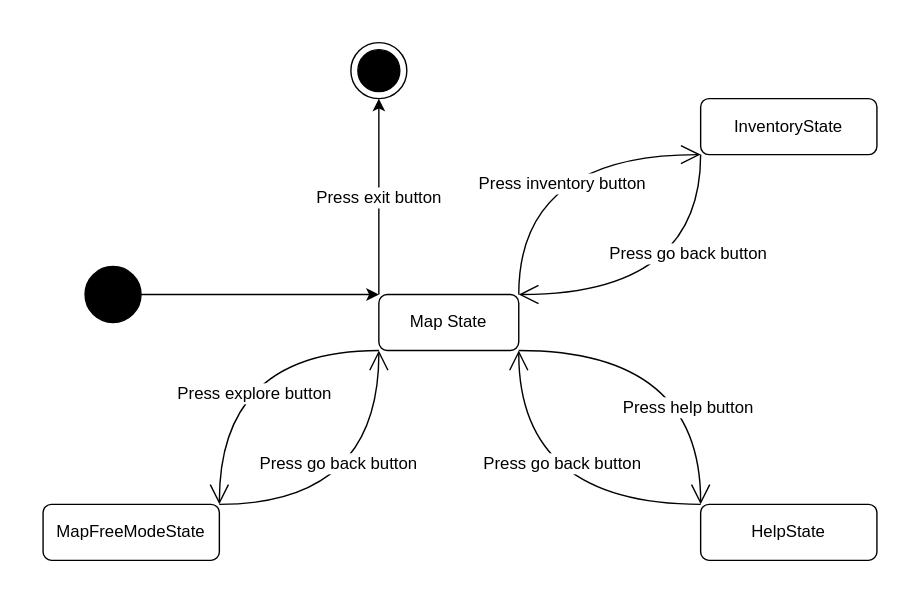
This is images/state_diagram.svg from KaperD/HSE-SD-Course-Roguelike, a draw.io export, as it was before one commit. Source tidied: cells renumbered, new cells last; positions are measured from the earlier drawing's top-left corner, leaving out a move shared by most shapes.
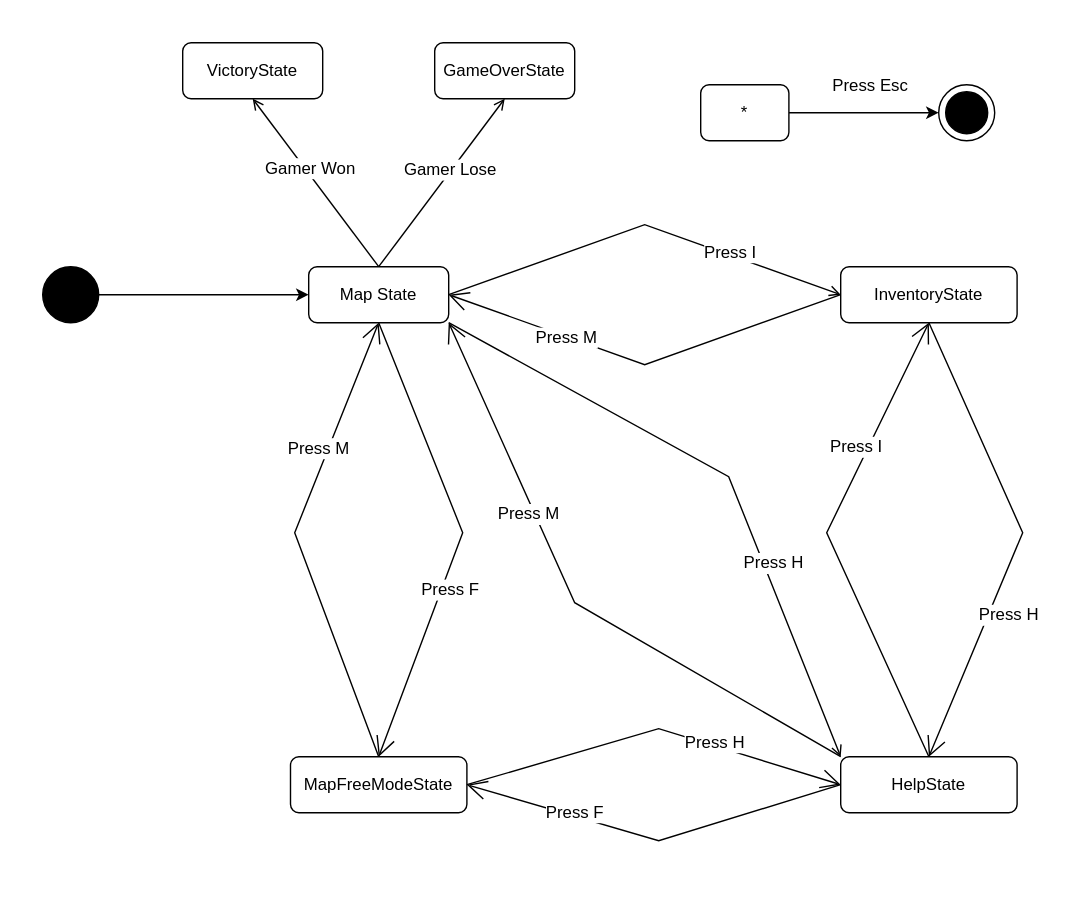
Above is the later version.

The edit, as a diff of the source:
```diff
@@ -3,103 +3,178 @@
     <mxCell id="0" />
     <mxCell id="1" parent="0" />
     <mxCell id="2" value="Map State" style="shape=rect;rounded=1;html=1;whiteSpace=wrap;align=center;fontColor=#000000;fillColor=#ffffff;strokeColor=#000000;" parent="1" vertex="1">
-      <mxGeometry x="240" y="180" width="100" height="40" as="geometry" />
+      <mxGeometry x="150" y="90" width="100" height="40" as="geometry" />
     </mxCell>
     <mxCell id="3" value="MapFreeModeState" style="shape=rect;rounded=1;html=1;whiteSpace=wrap;align=center;fontColor=#000000;fillColor=#ffffff;strokeColor=#000000;" parent="1" vertex="1">
-      <mxGeometry y="330" width="126" height="40" as="geometry" />
+      <mxGeometry x="137" y="440" width="126" height="40" as="geometry" />
     </mxCell>
     <mxCell id="4" value="InventoryState" style="shape=rect;rounded=1;html=1;whiteSpace=wrap;align=center;fontColor=#000000;fillColor=#ffffff;strokeColor=#000000;" parent="1" vertex="1">
-      <mxGeometry x="470" y="40" width="126" height="40" as="geometry" />
+      <mxGeometry x="530" y="90" width="126" height="40" as="geometry" />
     </mxCell>
     <mxCell id="5" value="HelpState" style="shape=rect;rounded=1;html=1;whiteSpace=wrap;align=center;fontColor=#000000;fillColor=#ffffff;strokeColor=#000000;" parent="1" vertex="1">
-      <mxGeometry x="470" y="330" width="126" height="40" as="geometry" />
+      <mxGeometry x="530" y="440" width="126" height="40" as="geometry" />
     </mxCell>
-    <mxCell id="6" style="endArrow=classic;html=1;rounded=0;exitX=1;exitY=0.5;exitDx=0;exitDy=0;entryX=0;entryY=0;entryDx=0;entryDy=0;" parent="1" edge="1" source="20" target="2">
+    <mxCell id="6" style="endArrow=classic;html=1;rounded=0;exitX=1;exitY=0.5;exitDx=0;exitDy=0;entryX=0;entryY=0.5;entryDx=0;entryDy=0;" parent="1" edge="1" source="20" target="2">
       <mxGeometry relative="1" as="geometry" />
     </mxCell>
-    <mxCell id="7" style="html=1;elbow=horizontal;align=right;verticalAlign=bottom;rounded=0;labelBackgroundColor=none;endArrow=open;endSize=12;fontColor=#000000;strokeColor=#000000;entryX=1;entryY=0;entryDx=0;entryDy=0;exitX=0;exitY=1;exitDx=0;exitDy=0;edgeStyle=orthogonalEdgeStyle;curved=1;" parent="1" edge="1" source="2" target="3">
+    <mxCell id="7" style="html=1;elbow=horizontal;align=right;verticalAlign=bottom;rounded=0;labelBackgroundColor=none;endArrow=open;endSize=12;fontColor=#000000;strokeColor=#000000;entryX=0.5;entryY=0;entryDx=0;entryDy=0;exitX=0.5;exitY=1;exitDx=0;exitDy=0;" parent="1" edge="1" source="2" target="3">
       <mxGeometry relative="1" as="geometry">
         <Array as="points">
-          <mxPoint x="126" y="220" />
+          <mxPoint x="260" y="280" />
         </Array>
       </mxGeometry>
     </mxCell>
-    <mxCell id="8" value="Press explore button" style="text;html=1;align=center;verticalAlign=middle;labelBackgroundColor=#ffffff;fontColor=#000000;" parent="7" vertex="1">
+    <mxCell id="8" value="Press F" style="text;html=1;align=center;verticalAlign=middle;labelBackgroundColor=#ffffff;fontColor=#000000;" parent="7" vertex="1">
       <mxGeometry y="-9" relative="1" as="geometry">
-        <mxPoint x="22" y="39" as="offset" />
+        <mxPoint y="39" as="offset" />
       </mxGeometry>
     </mxCell>
-    <mxCell id="9" style="html=1;elbow=horizontal;align=right;verticalAlign=bottom;rounded=0;labelBackgroundColor=none;endArrow=open;endSize=12;exitX=1;exitY=1;fontColor=#000000;strokeColor=#000000;exitDx=0;exitDy=0;entryX=0;entryY=0;entryDx=0;entryDy=0;edgeStyle=orthogonalEdgeStyle;curved=1;" parent="1" edge="1" source="2" target="5">
+    <mxCell id="9" style="html=1;align=right;verticalAlign=bottom;rounded=0;labelBackgroundColor=none;endArrow=open;exitX=1;exitY=1;fontColor=#000000;strokeColor=#000000;exitDx=0;exitDy=0;entryX=0;entryY=0;entryDx=0;entryDy=0;" parent="1" edge="1" source="2" target="5">
       <mxGeometry relative="1" as="geometry">
         <Array as="points">
-          <mxPoint x="470" y="220" />
+          <mxPoint x="450" y="240" />
         </Array>
       </mxGeometry>
     </mxCell>
-    <mxCell id="10" value="Press help button" style="text;html=1;align=center;verticalAlign=middle;labelBackgroundColor=#ffffff;fontColor=#000000;" parent="9" vertex="1">
+    <mxCell id="10" value="Press H" style="text;html=1;align=center;verticalAlign=middle;labelBackgroundColor=#ffffff;fontColor=#000000;" parent="9" vertex="1">
       <mxGeometry y="-9" relative="1" as="geometry">
-        <mxPoint y="31" as="offset" />
+        <mxPoint x="41" y="57" as="offset" />
       </mxGeometry>
     </mxCell>
-    <mxCell id="11" style="html=1;elbow=horizontal;align=right;verticalAlign=bottom;rounded=0;labelBackgroundColor=none;endArrow=open;endSize=12;exitX=1;exitY=0;fontColor=#000000;strokeColor=#000000;exitDx=0;exitDy=0;entryX=0;entryY=1;entryDx=0;entryDy=0;edgeStyle=orthogonalEdgeStyle;curved=1;" parent="1" edge="1" source="2" target="4">
+    <mxCell id="11" style="html=1;elbow=horizontal;align=right;verticalAlign=bottom;rounded=0;labelBackgroundColor=none;endArrow=open;exitX=1;exitY=0.5;fontColor=#000000;strokeColor=#000000;exitDx=0;exitDy=0;entryX=0;entryY=0.5;entryDx=0;entryDy=0;" parent="1" edge="1" source="2" target="4">
       <mxGeometry relative="1" as="geometry">
         <Array as="points">
-          <mxPoint x="340" y="80" />
+          <mxPoint x="390" y="60" />
         </Array>
       </mxGeometry>
     </mxCell>
-    <mxCell id="12" value="Press inventory button" style="text;html=1;align=center;verticalAlign=middle;labelBackgroundColor=#ffffff;fontColor=#000000;" parent="11" vertex="1">
+    <mxCell id="12" value="Press I" style="text;html=1;align=center;verticalAlign=middle;labelBackgroundColor=#ffffff;fontColor=#000000;" parent="11" vertex="1">
       <mxGeometry y="-9" relative="1" as="geometry">
-        <mxPoint x="15" y="11" as="offset" />
+        <mxPoint x="63" y="11" as="offset" />
       </mxGeometry>
     </mxCell>
-    <mxCell id="13" style="html=1;elbow=horizontal;align=right;verticalAlign=bottom;rounded=0;labelBackgroundColor=none;endArrow=open;endSize=12;fontColor=#000000;strokeColor=#000000;entryX=1;entryY=0;entryDx=0;entryDy=0;exitX=0;exitY=1;exitDx=0;exitDy=0;edgeStyle=orthogonalEdgeStyle;curved=1;" parent="1" edge="1" source="4" target="2">
+    <mxCell id="13" style="html=1;elbow=horizontal;align=right;verticalAlign=bottom;rounded=0;labelBackgroundColor=none;endArrow=open;endSize=12;fontColor=#000000;strokeColor=#000000;entryX=1;entryY=0.5;entryDx=0;entryDy=0;exitX=0;exitY=0.5;exitDx=0;exitDy=0;" parent="1" edge="1" source="4" target="2">
       <mxGeometry relative="1" as="geometry">
         <Array as="points">
-          <mxPoint x="470" y="180" />
+          <mxPoint x="390" y="160" />
         </Array>
       </mxGeometry>
     </mxCell>
-    <mxCell id="14" value="Press go back button" style="text;html=1;align=center;verticalAlign=middle;labelBackgroundColor=#ffffff;fontColor=#000000;" parent="13" vertex="1">
+    <mxCell id="14" value="Press M" style="text;html=1;align=center;verticalAlign=middle;labelBackgroundColor=#ffffff;fontColor=#000000;" parent="13" vertex="1">
       <mxGeometry y="-9" relative="1" as="geometry">
-        <mxPoint x="5" y="-21" as="offset" />
+        <mxPoint x="-59" y="-11" as="offset" />
       </mxGeometry>
     </mxCell>
-    <mxCell id="15" style="html=1;elbow=horizontal;align=right;verticalAlign=bottom;rounded=0;labelBackgroundColor=none;endArrow=open;endSize=12;exitX=0;exitY=0;fontColor=#000000;strokeColor=#000000;exitDx=0;exitDy=0;entryX=1;entryY=1;entryDx=0;entryDy=0;edgeStyle=orthogonalEdgeStyle;curved=1;" parent="1" edge="1" source="5" target="2">
+    <mxCell id="15" style="html=1;elbow=vertical;align=right;verticalAlign=bottom;rounded=0;labelBackgroundColor=none;endArrow=open;endSize=12;exitX=0;exitY=0;fontColor=#000000;strokeColor=#000000;exitDx=0;exitDy=0;entryX=1;entryY=1;entryDx=0;entryDy=0;" parent="1" edge="1" source="5" target="2">
       <mxGeometry relative="1" as="geometry">
         <Array as="points">
           <mxPoint x="340" y="330" />
         </Array>
       </mxGeometry>
     </mxCell>
-    <mxCell id="16" value="Press go back button" style="text;html=1;align=center;verticalAlign=middle;labelBackgroundColor=#ffffff;fontColor=#000000;" parent="15" vertex="1">
+    <mxCell id="16" value="Press M" style="text;html=1;align=center;verticalAlign=middle;labelBackgroundColor=#ffffff;fontColor=#000000;" parent="15" vertex="1">
       <mxGeometry y="-9" relative="1" as="geometry">
-        <mxPoint x="20" y="-21" as="offset" />
+        <mxPoint x="-38" y="-56" as="offset" />
       </mxGeometry>
     </mxCell>
-    <mxCell id="17" style="html=1;align=right;verticalAlign=bottom;rounded=0;labelBackgroundColor=none;endArrow=open;endSize=12;fontColor=#000000;strokeColor=#000000;entryX=0;entryY=1;entryDx=0;entryDy=0;exitX=1;exitY=0;exitDx=0;exitDy=0;edgeStyle=orthogonalEdgeStyle;curved=1;" parent="1" edge="1" source="3" target="2">
+    <mxCell id="17" style="html=1;align=right;verticalAlign=bottom;rounded=0;labelBackgroundColor=none;endArrow=open;endSize=12;fontColor=#000000;strokeColor=#000000;entryX=0.5;entryY=1;entryDx=0;entryDy=0;exitX=0.5;exitY=0;exitDx=0;exitDy=0;" parent="1" edge="1" source="3" target="2">
       <mxGeometry relative="1" as="geometry">
         <Array as="points">
-          <mxPoint x="240" y="330" />
+          <mxPoint x="140" y="280" />
         </Array>
       </mxGeometry>
     </mxCell>
-    <mxCell id="18" value="Press go back button" style="text;html=1;align=center;verticalAlign=middle;labelBackgroundColor=#ffffff;fontColor=#000000;" parent="17" vertex="1">
+    <mxCell id="18" value="Press M" style="text;html=1;align=center;verticalAlign=middle;labelBackgroundColor=#ffffff;fontColor=#000000;" parent="17" vertex="1">
       <mxGeometry y="-9" relative="1" as="geometry">
-        <mxPoint x="-28" y="-39" as="offset" />
+        <mxPoint x="6" y="-62" as="offset" />
       </mxGeometry>
     </mxCell>
     <mxCell id="19" style="shape=mxgraph.sysml.actFinal;html=1;verticalLabelPosition=bottom;labelBackgroundColor=#ffffff;verticalAlign=top;fontColor=#000000;fillColor=#FFFFFF;strokeColor=#000000;" parent="1" vertex="1">
-      <mxGeometry x="220" width="40" height="40" as="geometry" />
+      <mxGeometry x="600" y="-40" width="40" height="40" as="geometry" />
     </mxCell>
     <mxCell id="20" style="shape=ellipse;html=1;fillColor=#000000;fontSize=18;fontColor=#000000;strokeColor=#000000;" parent="1" vertex="1">
-      <mxGeometry x="30" y="160" width="40" height="40" as="geometry" />
+      <mxGeometry x="-40" y="90" width="40" height="40" as="geometry" />
     </mxCell>
-    <mxCell id="21" style="endArrow=classic;html=1;rounded=0;exitX=0;exitY=0;exitDx=0;exitDy=0;entryX=0.5;entryY=1;entryDx=0;entryDy=0;entryPerimeter=0;" parent="1" edge="1" source="2" target="19">
+    <mxCell id="21" style="endArrow=classic;html=1;rounded=0;exitX=1;exitY=0.5;exitDx=0;exitDy=0;entryX=0;entryY=0.5;entryDx=0;entryDy=0;entryPerimeter=0;" parent="1" edge="1" source="33" target="19">
       <mxGeometry relative="1" as="geometry" />
     </mxCell>
-    <mxCell id="22" value="&lt;font style=&quot;font-size: 12px&quot;&gt;Press exit button&lt;/font&gt;" style="edgeLabel;html=1;align=center;verticalAlign=middle;" parent="21" vertex="1">
-      <mxGeometry x="0.01" y="1" relative="1" as="geometry" />
+    <mxCell id="22" value="&lt;font style=&quot;font-size: 12px&quot;&gt;Press Esc&lt;/font&gt;" style="edgeLabel;html=1;align=center;verticalAlign=middle;" parent="21" vertex="1">
+      <mxGeometry x="0.01" y="1" relative="1" as="geometry">
+        <mxPoint x="3" y="-19" as="offset" />
+      </mxGeometry>
     </mxCell>
+    <mxCell id="23" style="html=1;align=right;verticalAlign=bottom;rounded=0;labelBackgroundColor=none;endArrow=open;endSize=12;fontColor=#000000;strokeColor=#000000;entryX=0;entryY=0.5;entryDx=0;entryDy=0;exitX=1;exitY=0.5;exitDx=0;exitDy=0;" parent="1" edge="1" source="3" target="5">
+      <mxGeometry relative="1" as="geometry">
+        <Array as="points">
+          <mxPoint x="400" y="420" />
+        </Array>
+      </mxGeometry>
+    </mxCell>
+    <mxCell id="24" value="Press H" style="text;html=1;align=center;verticalAlign=middle;labelBackgroundColor=#ffffff;fontColor=#000000;" parent="23" vertex="1">
+      <mxGeometry y="-9" relative="1" as="geometry">
+        <mxPoint x="41" as="offset" />
+      </mxGeometry>
+    </mxCell>
+    <mxCell id="25" style="html=1;align=right;verticalAlign=bottom;rounded=0;labelBackgroundColor=none;endArrow=open;endSize=12;fontColor=#000000;strokeColor=#000000;entryX=1;entryY=0.5;entryDx=0;entryDy=0;exitX=0;exitY=0.5;exitDx=0;exitDy=0;" parent="1" edge="1" source="5" target="3">
+      <mxGeometry relative="1" as="geometry">
+        <Array as="points">
+          <mxPoint x="400" y="500" />
+        </Array>
+      </mxGeometry>
+    </mxCell>
+    <mxCell id="26" value="Press F" style="text;html=1;align=center;verticalAlign=middle;labelBackgroundColor=#ffffff;fontColor=#000000;" parent="25" vertex="1">
+      <mxGeometry y="-9" relative="1" as="geometry">
+        <mxPoint x="-60" y="-11" as="offset" />
+      </mxGeometry>
+    </mxCell>
+    <mxCell id="27" style="html=1;align=right;verticalAlign=bottom;rounded=0;labelBackgroundColor=none;endArrow=open;endSize=12;fontColor=#000000;strokeColor=#000000;entryX=0.5;entryY=1;entryDx=0;entryDy=0;exitX=0.5;exitY=0;exitDx=0;exitDy=0;" parent="1" edge="1" source="5" target="4">
+      <mxGeometry relative="1" as="geometry">
+        <Array as="points">
+          <mxPoint x="520" y="280" />
+        </Array>
+      </mxGeometry>
+    </mxCell>
+    <mxCell id="28" value="Press I" style="text;html=1;align=center;verticalAlign=middle;labelBackgroundColor=#ffffff;fontColor=#000000;" parent="27" vertex="1">
+      <mxGeometry y="-9" relative="1" as="geometry">
+        <mxPoint x="10" y="-62" as="offset" />
+      </mxGeometry>
+    </mxCell>
+    <mxCell id="29" style="html=1;align=right;verticalAlign=bottom;rounded=0;labelBackgroundColor=none;endArrow=open;endSize=12;fontColor=#000000;strokeColor=#000000;exitX=0.5;exitY=1;exitDx=0;exitDy=0;entryX=0.5;entryY=0;entryDx=0;entryDy=0;" parent="1" edge="1" source="4" target="5">
+      <mxGeometry relative="1" as="geometry">
+        <Array as="points">
+          <mxPoint x="660" y="280" />
+        </Array>
+      </mxGeometry>
+    </mxCell>
+    <mxCell id="30" value="Press H" style="text;html=1;align=center;verticalAlign=middle;labelBackgroundColor=#ffffff;fontColor=#000000;" parent="29" vertex="1">
+      <mxGeometry y="-9" relative="1" as="geometry">
+        <mxPoint y="58" as="offset" />
+      </mxGeometry>
+    </mxCell>
+    <mxCell id="31" value="VictoryState" style="shape=rect;rounded=1;html=1;whiteSpace=wrap;align=center;fontColor=#000000;fillColor=#ffffff;strokeColor=#000000;" parent="1" vertex="1">
+      <mxGeometry x="60" y="-70" width="100" height="40" as="geometry" />
+    </mxCell>
+    <mxCell id="32" value="GameOverState" style="shape=rect;rounded=1;html=1;whiteSpace=wrap;align=center;fontColor=#000000;fillColor=#ffffff;strokeColor=#000000;" parent="1" vertex="1">
+      <mxGeometry x="240" y="-70" width="100" height="40" as="geometry" />
+    </mxCell>
+    <mxCell id="33" value="*" style="shape=rect;rounded=1;html=1;whiteSpace=wrap;align=center;fontColor=#000000;fillColor=#ffffff;strokeColor=#000000;" parent="1" vertex="1">
+      <mxGeometry x="430" y="-40" width="63" height="40" as="geometry" />
+    </mxCell>
+    <mxCell id="34" style="html=1;elbow=horizontal;align=right;verticalAlign=bottom;rounded=0;labelBackgroundColor=none;endArrow=open;exitX=0.5;exitY=0;fontColor=#000000;strokeColor=#000000;exitDx=0;exitDy=0;entryX=0.5;entryY=1;entryDx=0;entryDy=0;" parent="1" edge="1" source="2" target="31">
+      <mxGeometry relative="1" as="geometry" />
+    </mxCell>
+    <mxCell id="35" value="Gamer Won" style="text;html=1;align=center;verticalAlign=middle;labelBackgroundColor=#ffffff;fontColor=#000000;" parent="34" vertex="1">
+      <mxGeometry y="-9" relative="1" as="geometry">
+        <mxPoint x="-12" y="-5" as="offset" />
+      </mxGeometry>
+    </mxCell>
+    <mxCell id="36" style="html=1;elbow=horizontal;align=right;verticalAlign=bottom;rounded=0;labelBackgroundColor=none;endArrow=open;exitX=0.5;exitY=0;fontColor=#000000;strokeColor=#000000;exitDx=0;exitDy=0;entryX=0.5;entryY=1;entryDx=0;entryDy=0;" parent="1" edge="1" source="2" target="32">
+      <mxGeometry relative="1" as="geometry" />
+    </mxCell>
+    <mxCell id="37" value="Gamer Lose" style="text;html=1;align=center;verticalAlign=middle;labelBackgroundColor=#ffffff;fontColor=#000000;" parent="36" vertex="1">
+      <mxGeometry y="-9" relative="1" as="geometry">
+        <mxPoint x="-2" y="-15" as="offset" />
+      </mxGeometry>
+    </mxCell>
   </root>
 </mxGraphModel>
```
